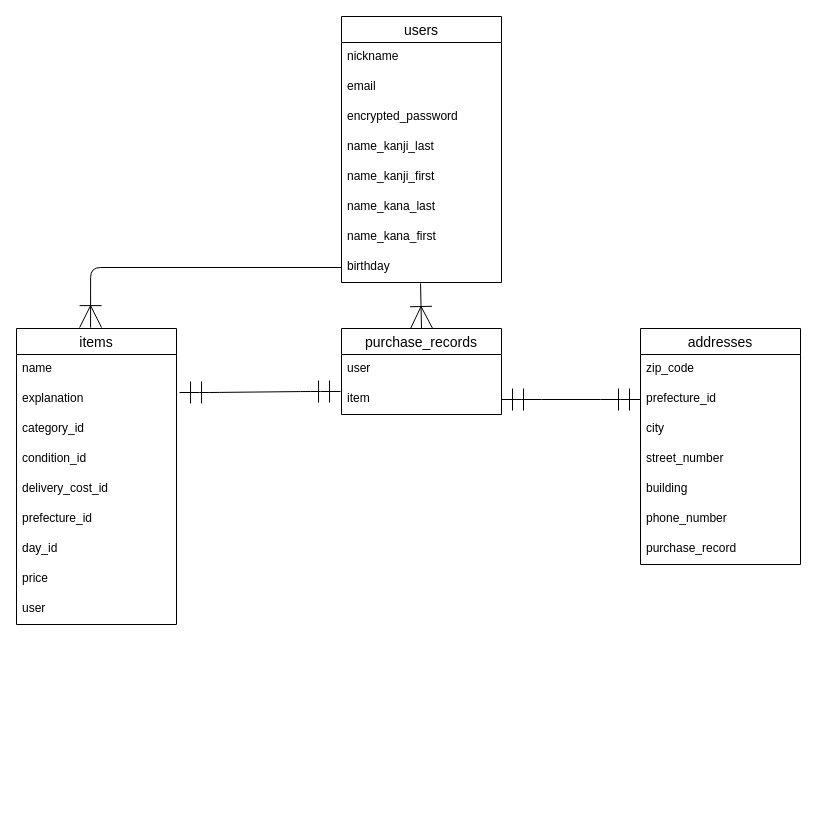
Earlier version of the draw.io diagram furima.dio (norihitowada/furima-34350). Source tidied: cells renumbered, new cells numbered last; positions are measured from the earlier drawing's top-left corner, leaving out a move shared by most shapes. Both pictures are drawn from the tidied source at 100%, with x=0, y=0 at pixel (16, 16).
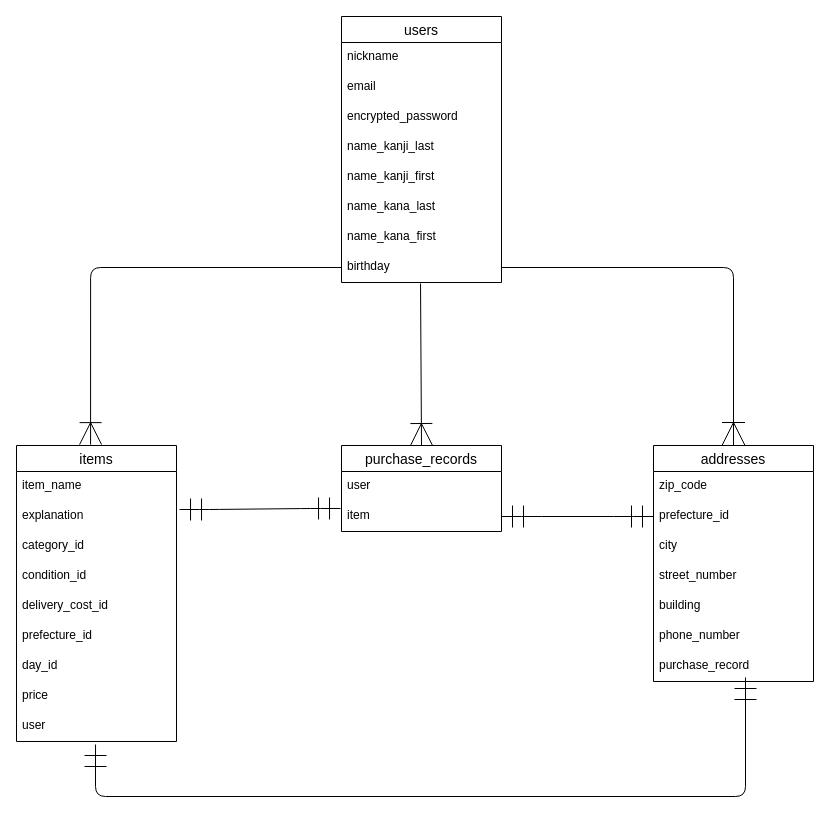
Above is the later version.

Unchanged cells that the change refers to:
```xml
<mxCell id="10" value="birthday" style="text;strokeColor=none;fillColor=none;spacingLeft=4;spacingRight=4;overflow=hidden;points=[[0,0.5],[1,0.5]];portConstraint=eastwest;fontSize=12;" parent="2" vertex="1">
  <mxGeometry y="236" width="160" height="30" as="geometry" />
</mxCell>
<mxCell id="20" value="user" style="text;strokeColor=none;fillColor=none;spacingLeft=4;spacingRight=4;overflow=hidden;points=[[0,0.5],[1,0.5]];portConstraint=eastwest;fontSize=12;" parent="11" vertex="1">
  <mxGeometry y="266" width="160" height="30" as="geometry" />
</mxCell>
```

Change to the diagram source:
```diff
@@
     <mxCell id="11" value="items" style="swimlane;fontStyle=0;horizontal=1;startSize=26;align=center;fontSize=14;verticalAlign=middle;" parent="1" vertex="1">
-      <mxGeometry y="312" width="160" height="296" as="geometry" />
+      <mxGeometry y="429" width="160" height="296" as="geometry" />
     </mxCell>
-    <mxCell id="12" value="name" style="text;strokeColor=none;fillColor=none;spacingLeft=4;spacingRight=4;overflow=hidden;fontSize=12;" parent="11" vertex="1">
+    <mxCell id="12" value="item_name" style="text;strokeColor=none;fillColor=none;spacingLeft=4;spacingRight=4;overflow=hidden;fontSize=12;" parent="11" vertex="1">
       <mxGeometry y="26" width="160" height="30" as="geometry" />
     </mxCell>
@@
     <mxCell id="21" value="purchase_records" style="swimlane;fontStyle=0;horizontal=1;startSize=26;align=center;fontSize=14;verticalAlign=middle;" parent="1" vertex="1">
-      <mxGeometry x="325" y="312" width="160" height="86" as="geometry" />
+      <mxGeometry x="325" y="429" width="160" height="86" as="geometry" />
     </mxCell>
@@
     <mxCell id="24" value="addresses" style="swimlane;fontStyle=0;horizontal=1;startSize=26;align=center;fontSize=14;verticalAlign=middle;" parent="1" vertex="1">
-      <mxGeometry x="624" y="312" width="160" height="236" as="geometry" />
+      <mxGeometry x="637" y="429" width="160" height="236" as="geometry" />
     </mxCell>
@@
-    <mxCell id="27" value="city" style="text;strokeColor=none;fillColor=none;spacingLeft=4;spacingRight=4;overflow=hidden;fontSize=12;" parent="24" vertex="1">
-      <mxGeometry y="86" width="160" height="30" as="geometry" />
-    </mxCell>
-    <mxCell id="28" value="street_number" style="text;strokeColor=none;fillColor=none;spacingLeft=4;spacingRight=4;overflow=hidden;fontSize=12;" parent="24" vertex="1">
-      <mxGeometry y="116" width="160" height="30" as="geometry" />
+    <mxCell id="28" value="city" style="text;strokeColor=none;fillColor=none;spacingLeft=4;spacingRight=4;overflow=hidden;fontSize=12;" parent="24" vertex="1">
+      <mxGeometry y="86" width="160" height="30" as="geometry" />
     </mxCell>
-    <mxCell id="29" value="building" style="text;strokeColor=none;fillColor=none;spacingLeft=4;spacingRight=4;overflow=hidden;fontSize=12;" parent="24" vertex="1">
-      <mxGeometry y="146" width="160" height="30" as="geometry" />
+    <mxCell id="29" value="street_number" style="text;strokeColor=none;fillColor=none;spacingLeft=4;spacingRight=4;overflow=hidden;fontSize=12;" parent="24" vertex="1">
+      <mxGeometry y="116" width="160" height="30" as="geometry" />
     </mxCell>
+    <mxCell id="36" value="building" style="text;strokeColor=none;fillColor=none;spacingLeft=4;spacingRight=4;overflow=hidden;fontSize=12;" parent="24" vertex="1">
+      <mxGeometry y="146" width="160" height="30" as="geometry" />
+    </mxCell>
+    <mxCell id="37" value="phone_number" style="text;strokeColor=none;fillColor=none;spacingLeft=4;spacingRight=4;overflow=hidden;fontSize=12;" parent="24" vertex="1">
+      <mxGeometry y="176" width="160" height="30" as="geometry" />
+    </mxCell>
-    <mxCell id="30" value="phone_number" style="text;strokeColor=none;fillColor=none;spacingLeft=4;spacingRight=4;overflow=hidden;fontSize=12;" parent="24" vertex="1">
-      <mxGeometry y="176" width="160" height="30" as="geometry" />
+    <mxCell id="30" value="purchase_record" style="text;strokeColor=none;fillColor=none;spacingLeft=4;spacingRight=4;overflow=hidden;fontSize=12;" parent="24" vertex="1">
+      <mxGeometry y="206" width="160" height="30" as="geometry" />
     </mxCell>
-    <mxCell id="31" value="purchase_record" style="text;strokeColor=none;fillColor=none;spacingLeft=4;spacingRight=4;overflow=hidden;fontSize=12;" parent="24" vertex="1">
-      <mxGeometry y="206" width="160" height="30" as="geometry" />
-    </mxCell>
@@
+    <mxCell id="38" style="edgeStyle=orthogonalEdgeStyle;fontSize=12;html=1;endArrow=ERoneToMany;strokeWidth=1;exitX=1;exitY=0.5;exitDx=0;exitDy=0;entryX=0.5;entryY=0;entryDx=0;entryDy=0;endSize=21;" parent="1" edge="1" source="10" target="24">
+      <mxGeometry relative="1" as="geometry" />
+    </mxCell>
@@
+    <mxCell id="39" style="edgeStyle=orthogonalEdgeStyle;fontSize=12;html=1;endArrow=ERmandOne;startArrow=ERmandOne;strokeWidth=1;endSize=20;targetPerimeterSpacing=20;sourcePerimeterSpacing=9;startSize=20;exitX=0.494;exitY=1.1;exitDx=0;exitDy=0;exitPerimeter=0;" parent="1" edge="1" source="20">
+      <mxGeometry relative="1" as="geometry">
+        <mxPoint x="729" y="661" as="targetPoint" />
+        <Array as="points">
+          <mxPoint x="79" y="780" />
+          <mxPoint x="729" y="780" />
+        </Array>
+      </mxGeometry>
+    </mxCell>
```
